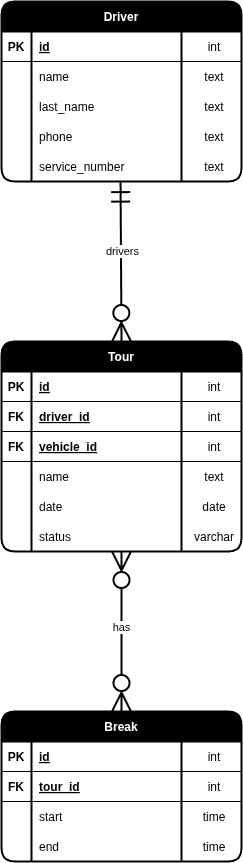
Above: docs/database/erd.drawio.png in gabrielbindi/VoBi-Tour (draw.io), before the change. Source tidied: cells renumbered, new cells last; positions are measured from the earlier drawing's top-left corner, leaving out a move shared by most shapes.
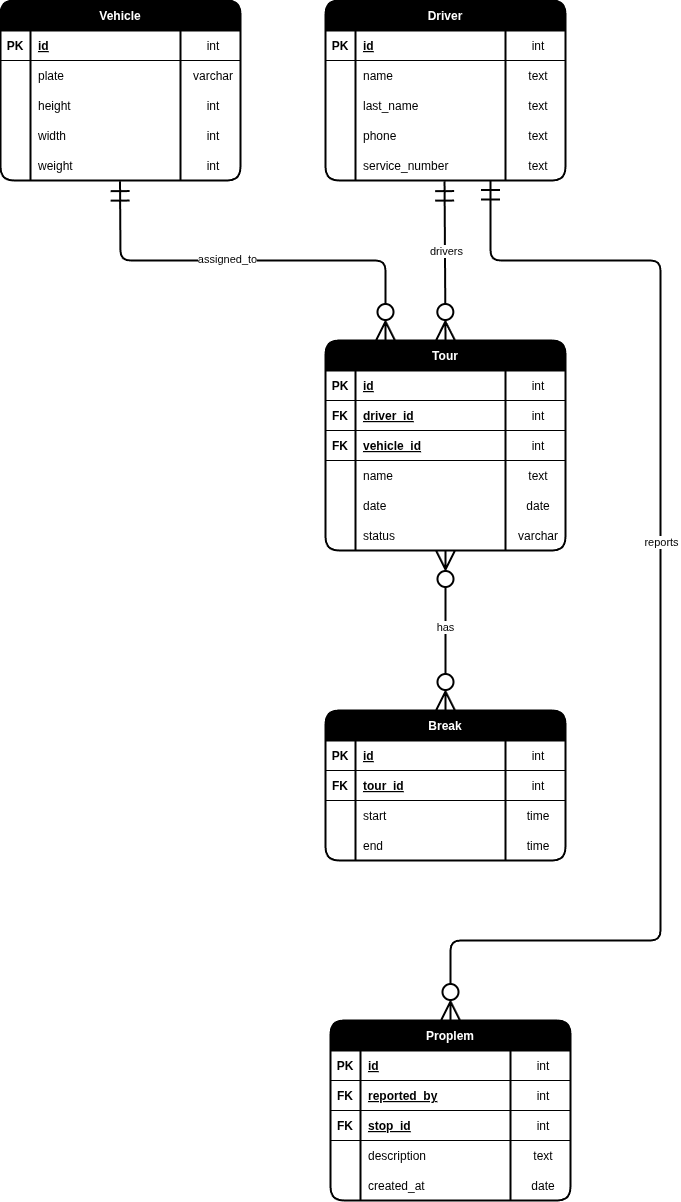
The same file after the commit.

Commit message:
#19 Vehicle added ont to many

What changed in the source:
```diff
@@ -203,5 +203,157 @@
     <mxCell id="68" value="has" style="edgeLabel;html=1;align=center;verticalAlign=middle;" parent="67" vertex="1">
       <mxGeometry x="0.05" relative="1" as="geometry" />
     </mxCell>
+    <mxCell id="69" value="Proplem" style="shape=table;startSize=30;rowLines=0;fontStyle=1;align=center;swimlaneFillColor=none;fillColor=#000000;fontColor=#FFFFFF;strokeWidth=2;rounded=1;" parent="1" vertex="1">
+      <mxGeometry x="5" y="1020" width="240" height="180" as="geometry" />
+    </mxCell>
+    <mxCell id="70" style="shape=tableRow;horizontal=0;startSize=0;swimlaneHead=0;swimlaneBody=0;fillColor=none;top=0;left=0;right=0;bottom=1;" parent="69" vertex="1">
+      <mxGeometry y="30" width="240" height="30" as="geometry" />
+    </mxCell>
+    <mxCell id="71" value="PK" style="shape=partialRectangle;fillColor=none;top=0;left=0;bottom=0;right=0;fontStyle=1;overflow=hidden;" parent="70" vertex="1">
+      <mxGeometry width="30" height="30" as="geometry" />
+    </mxCell>
+    <mxCell id="72" value="id" style="shape=partialRectangle;fillColor=none;top=0;left=0;bottom=0;right=0;align=left;spacingLeft=6;fontStyle=5;overflow=hidden;" parent="70" vertex="1">
+      <mxGeometry x="30" width="150" height="30" as="geometry" />
+    </mxCell>
+    <mxCell id="73" value="int" style="shape=partialRectangle;fillColor=none;top=0;left=0;bottom=0;right=0;align=center;spacingLeft=6;fontStyle=0;overflow=hidden;" parent="70" vertex="1">
+      <mxGeometry x="180" width="60" height="30" as="geometry" />
+    </mxCell>
+    <mxCell id="74" style="shape=tableRow;horizontal=0;startSize=0;swimlaneHead=0;swimlaneBody=0;fillColor=none;top=0;left=0;right=0;bottom=1;" parent="69" vertex="1">
+      <mxGeometry y="60" width="240" height="30" as="geometry" />
+    </mxCell>
+    <mxCell id="75" value="FK" style="shape=partialRectangle;fillColor=none;top=0;left=0;bottom=0;right=0;fontStyle=1;overflow=hidden;" parent="74" vertex="1">
+      <mxGeometry width="30" height="30" as="geometry" />
+    </mxCell>
+    <mxCell id="76" value="reported_by" style="shape=partialRectangle;fillColor=none;top=0;left=0;bottom=0;right=0;align=left;spacingLeft=6;fontStyle=5;overflow=hidden;" parent="74" vertex="1">
+      <mxGeometry x="30" width="150" height="30" as="geometry" />
+    </mxCell>
+    <mxCell id="77" value="int" style="shape=partialRectangle;fillColor=none;top=0;left=0;bottom=0;right=0;align=center;spacingLeft=6;fontStyle=0;overflow=hidden;" parent="74" vertex="1">
+      <mxGeometry x="180" width="60" height="30" as="geometry" />
+    </mxCell>
+    <mxCell id="78" style="shape=tableRow;horizontal=0;startSize=0;swimlaneHead=0;swimlaneBody=0;fillColor=none;top=0;left=0;right=0;bottom=1;" parent="69" vertex="1">
+      <mxGeometry y="90" width="240" height="30" as="geometry" />
+    </mxCell>
+    <mxCell id="79" value="FK" style="shape=partialRectangle;fillColor=none;top=0;left=0;bottom=0;right=0;fontStyle=1;overflow=hidden;" parent="78" vertex="1">
+      <mxGeometry width="30" height="30" as="geometry" />
+    </mxCell>
+    <mxCell id="80" value="stop_id" style="shape=partialRectangle;fillColor=none;top=0;left=0;bottom=0;right=0;align=left;spacingLeft=6;fontStyle=5;overflow=hidden;" parent="78" vertex="1">
+      <mxGeometry x="30" width="150" height="30" as="geometry" />
+    </mxCell>
+    <mxCell id="81" value="int" style="shape=partialRectangle;fillColor=none;top=0;left=0;bottom=0;right=0;align=center;spacingLeft=6;fontStyle=0;overflow=hidden;" parent="78" vertex="1">
+      <mxGeometry x="180" width="60" height="30" as="geometry" />
+    </mxCell>
+    <mxCell id="82" style="shape=tableRow;horizontal=0;startSize=0;swimlaneHead=0;swimlaneBody=0;fillColor=none;top=0;left=0;right=0;bottom=0;" parent="69" vertex="1">
+      <mxGeometry y="120" width="240" height="30" as="geometry" />
+    </mxCell>
+    <mxCell id="83" style="shape=partialRectangle;fillColor=none;top=0;left=0;bottom=0;right=0;overflow=hidden;" parent="82" vertex="1">
+      <mxGeometry width="30" height="30" as="geometry" />
+    </mxCell>
+    <mxCell id="84" value="description" style="shape=partialRectangle;fillColor=none;top=0;left=0;bottom=0;right=0;align=left;spacingLeft=6;overflow=hidden;" parent="82" vertex="1">
+      <mxGeometry x="30" width="150" height="30" as="geometry" />
+    </mxCell>
+    <mxCell id="85" value="text" style="shape=partialRectangle;fillColor=none;top=0;left=0;bottom=0;right=0;align=center;spacingLeft=6;overflow=hidden;" parent="82" vertex="1">
+      <mxGeometry x="180" width="60" height="30" as="geometry" />
+    </mxCell>
+    <mxCell id="86" style="shape=tableRow;horizontal=0;startSize=0;swimlaneHead=0;swimlaneBody=0;fillColor=none;top=0;left=0;right=0;bottom=0;" parent="69" vertex="1">
+      <mxGeometry y="150" width="240" height="30" as="geometry" />
+    </mxCell>
+    <mxCell id="87" style="shape=partialRectangle;fillColor=none;top=0;left=0;bottom=0;right=0;overflow=hidden;" parent="86" vertex="1">
+      <mxGeometry width="30" height="30" as="geometry" />
+    </mxCell>
+    <mxCell id="88" value="created_at" style="shape=partialRectangle;fillColor=none;top=0;left=0;bottom=0;right=0;align=left;spacingLeft=6;overflow=hidden;" parent="86" vertex="1">
+      <mxGeometry x="30" width="150" height="30" as="geometry" />
+    </mxCell>
+    <mxCell id="89" value="date" style="shape=partialRectangle;fillColor=none;top=0;left=0;bottom=0;right=0;align=center;spacingLeft=6;overflow=hidden;" parent="86" vertex="1">
+      <mxGeometry x="180" width="60" height="30" as="geometry" />
+    </mxCell>
+    <mxCell id="90" style="fontSize=12;html=1;endArrow=ERzeroToMany;startArrow=ERmandOne;entryX=0.5;entryY=0;entryDx=0;entryDy=0;endSize=16;startSize=16;targetPerimeterSpacing=0;strokeWidth=2;" parent="1" edge="1" target="69">
+      <mxGeometry relative="1" as="geometry">
+        <mxPoint x="165" y="180" as="sourcePoint" />
+        <Array as="points">
+          <mxPoint x="165" y="260" />
+          <mxPoint x="335" y="260" />
+          <mxPoint x="335" y="940" />
+          <mxPoint x="125" y="940" />
+        </Array>
+      </mxGeometry>
+    </mxCell>
+    <mxCell id="91" value="reports" style="edgeLabel;html=1;align=center;verticalAlign=middle;" parent="90" vertex="1">
+      <mxGeometry x="-0.13" y="1" relative="1" as="geometry" />
+    </mxCell>
+    <mxCell id="92" value="Vehicle" style="shape=table;startSize=30;rowLines=0;fontStyle=1;align=center;swimlaneFillColor=none;fillColor=#000000;fontColor=#FFFFFF;strokeWidth=2;rounded=1;" parent="1" vertex="1">
+      <mxGeometry x="-325" width="240" height="180" as="geometry" />
+    </mxCell>
+    <mxCell id="93" style="shape=tableRow;horizontal=0;startSize=0;swimlaneHead=0;swimlaneBody=0;fillColor=none;top=0;left=0;right=0;bottom=1;" parent="92" vertex="1">
+      <mxGeometry y="30" width="240" height="30" as="geometry" />
+    </mxCell>
+    <mxCell id="94" value="PK" style="shape=partialRectangle;fillColor=none;top=0;left=0;bottom=0;right=0;fontStyle=1;overflow=hidden;" parent="93" vertex="1">
+      <mxGeometry width="30" height="30" as="geometry" />
+    </mxCell>
+    <mxCell id="95" value="id" style="shape=partialRectangle;fillColor=none;top=0;left=0;bottom=0;right=0;align=left;spacingLeft=6;fontStyle=5;overflow=hidden;" parent="93" vertex="1">
+      <mxGeometry x="30" width="150" height="30" as="geometry" />
+    </mxCell>
+    <mxCell id="96" value="int" style="shape=partialRectangle;fillColor=none;top=0;left=0;bottom=0;right=0;align=center;spacingLeft=6;fontStyle=0;overflow=hidden;" parent="93" vertex="1">
+      <mxGeometry x="180" width="60" height="30" as="geometry" />
+    </mxCell>
+    <mxCell id="97" style="shape=tableRow;horizontal=0;startSize=0;swimlaneHead=0;swimlaneBody=0;fillColor=none;top=0;left=0;right=0;bottom=0;" parent="92" vertex="1">
+      <mxGeometry y="60" width="240" height="30" as="geometry" />
+    </mxCell>
+    <mxCell id="98" style="shape=partialRectangle;fillColor=none;top=0;left=0;bottom=0;right=0;overflow=hidden;" parent="97" vertex="1">
+      <mxGeometry width="30" height="30" as="geometry" />
+    </mxCell>
+    <mxCell id="99" value="plate" style="shape=partialRectangle;fillColor=none;top=0;left=0;bottom=0;right=0;align=left;spacingLeft=6;overflow=hidden;" parent="97" vertex="1">
+      <mxGeometry x="30" width="150" height="30" as="geometry" />
+    </mxCell>
+    <mxCell id="100" value="varchar" style="shape=partialRectangle;fillColor=none;top=0;left=0;bottom=0;right=0;align=center;spacingLeft=6;overflow=hidden;" parent="97" vertex="1">
+      <mxGeometry x="180" width="60" height="30" as="geometry" />
+    </mxCell>
+    <mxCell id="101" style="shape=tableRow;horizontal=0;startSize=0;swimlaneHead=0;swimlaneBody=0;fillColor=none;top=0;left=0;right=0;bottom=0;" parent="92" vertex="1">
+      <mxGeometry y="90" width="240" height="30" as="geometry" />
+    </mxCell>
+    <mxCell id="102" style="shape=partialRectangle;fillColor=none;top=0;left=0;bottom=0;right=0;overflow=hidden;" parent="101" vertex="1">
+      <mxGeometry width="30" height="30" as="geometry" />
+    </mxCell>
+    <mxCell id="103" value="height" style="shape=partialRectangle;fillColor=none;top=0;left=0;bottom=0;right=0;align=left;spacingLeft=6;overflow=hidden;" parent="101" vertex="1">
+      <mxGeometry x="30" width="150" height="30" as="geometry" />
+    </mxCell>
+    <mxCell id="104" value="int" style="shape=partialRectangle;fillColor=none;top=0;left=0;bottom=0;right=0;align=center;spacingLeft=6;overflow=hidden;" parent="101" vertex="1">
+      <mxGeometry x="180" width="60" height="30" as="geometry" />
+    </mxCell>
+    <mxCell id="105" style="shape=tableRow;horizontal=0;startSize=0;swimlaneHead=0;swimlaneBody=0;fillColor=none;top=0;left=0;right=0;bottom=0;" parent="92" vertex="1">
+      <mxGeometry y="120" width="240" height="30" as="geometry" />
+    </mxCell>
+    <mxCell id="106" style="shape=partialRectangle;fillColor=none;top=0;left=0;bottom=0;right=0;overflow=hidden;" parent="105" vertex="1">
+      <mxGeometry width="30" height="30" as="geometry" />
+    </mxCell>
+    <mxCell id="107" value="width" style="shape=partialRectangle;fillColor=none;top=0;left=0;bottom=0;right=0;align=left;spacingLeft=6;overflow=hidden;" parent="105" vertex="1">
+      <mxGeometry x="30" width="150" height="30" as="geometry" />
+    </mxCell>
+    <mxCell id="108" value="int" style="shape=partialRectangle;fillColor=none;top=0;left=0;bottom=0;right=0;align=center;spacingLeft=6;overflow=hidden;" parent="105" vertex="1">
+      <mxGeometry x="180" width="60" height="30" as="geometry" />
+    </mxCell>
+    <mxCell id="109" style="shape=tableRow;horizontal=0;startSize=0;swimlaneHead=0;swimlaneBody=0;fillColor=none;top=0;left=0;right=0;bottom=0;" parent="92" vertex="1">
+      <mxGeometry y="150" width="240" height="30" as="geometry" />
+    </mxCell>
+    <mxCell id="110" style="shape=partialRectangle;fillColor=none;top=0;left=0;bottom=0;right=0;overflow=hidden;" parent="109" vertex="1">
+      <mxGeometry width="30" height="30" as="geometry" />
+    </mxCell>
+    <mxCell id="111" value="weight" style="shape=partialRectangle;fillColor=none;top=0;left=0;bottom=0;right=0;align=left;spacingLeft=6;overflow=hidden;" parent="109" vertex="1">
+      <mxGeometry x="30" width="150" height="30" as="geometry" />
+    </mxCell>
+    <mxCell id="112" value="int" style="shape=partialRectangle;fillColor=none;top=0;left=0;bottom=0;right=0;align=center;spacingLeft=6;overflow=hidden;" parent="109" vertex="1">
+      <mxGeometry x="180" width="60" height="30" as="geometry" />
+    </mxCell>
+    <mxCell id="113" style="fontSize=12;html=1;endArrow=ERzeroToMany;startArrow=ERmandOne;entryX=0.25;entryY=0;entryDx=0;entryDy=0;endSize=16;startSize=16;targetPerimeterSpacing=0;strokeWidth=2;exitX=0.496;exitY=1.037;exitDx=0;exitDy=0;exitPerimeter=0;" parent="1" edge="1" target="23">
+      <mxGeometry relative="1" as="geometry">
+        <mxPoint x="-205.5" y="181.1" as="sourcePoint" />
+        <Array as="points">
+          <mxPoint x="-205" y="260" />
+          <mxPoint x="60" y="260" />
+        </Array>
+      </mxGeometry>
+    </mxCell>
+    <mxCell id="114" value="assigned_to" style="edgeLabel;html=1;align=center;verticalAlign=middle;" parent="113" vertex="1">
+      <mxGeometry x="-0.13" y="1" relative="1" as="geometry" />
+    </mxCell>
   </root>
 </mxGraphModel>
```
